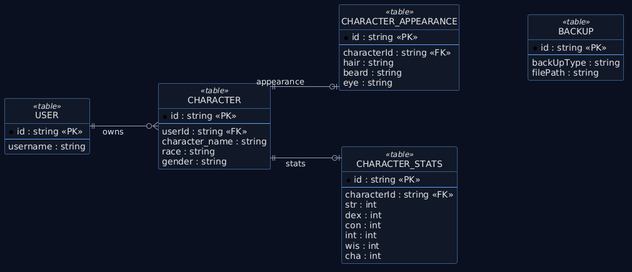
Earlier version of the PlantUML export Report/Images/newDiagram/erd-character-customization.png (fortress-of-the-fallen/FotF-GDD). Source of this version:
```plantuml
@startuml
left to right direction
hide circle
skinparam backgroundColor #0b1020
skinparam linetype ortho
skinparam shadowing false
skinparam defaultFontName DejaVu Sans
skinparam defaultFontColor #e5e7eb
skinparam ArrowColor #94a3b8
skinparam ArrowThickness 1
skinparam nodesep 90
skinparam ranksep 110
skinparam class {
  BackgroundColor #111827
  BorderColor #60a5fa
  FontColor #e5e7eb
}
skinparam stereotype {
  CBackgroundColor #1f2937
  CBorderColor #93c5fd
  CFontColor #dbeafe
}

entity "USER" as USER <<table>> {
  * id : string <<PK>>
  --
  username : string
}
entity "CHARACTER" as CH <<table>> {
  * id : string <<PK>>
  --
  userId : string <<FK>>
  character_name : string
  race : string
  gender : string
}
entity "CHARACTER_APPEARANCE" as CA <<table>> {
  * id : string <<PK>>
  --
  characterId : string <<FK>>
  hair : string
  beard : string
  eye : string
}
entity "CHARACTER_STATS" as CS <<table>> {
  * id : string <<PK>>
  --
  characterId : string <<FK>>
  str : int
  dex : int
  con : int
  int : int
  wis : int
  cha : int
}
entity "BACKUP" as BK <<table>> {
  * id : string <<PK>>
  --
  backUpType : string
  filePath : string
}

USER ||--o{ CH : owns
CH ||--o| CA : appearance
CH ||--o| CS : stats
CA -[hidden]- BK
@enduml
```
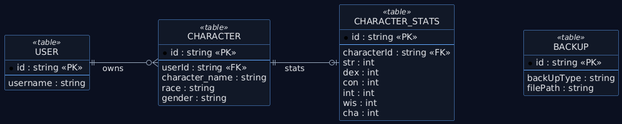
The same diagram one commit later.

Commit message:
docs: sync character customization erd asset

The edit, as a diff of the source:
```diff
@@ -34,14 +34,6 @@
   race : string
   gender : string
 }
-entity "CHARACTER_APPEARANCE" as CA <<table>> {
-  * id : string <<PK>>
-  --
-  characterId : string <<FK>>
-  hair : string
-  beard : string
-  eye : string
-}
 entity "CHARACTER_STATS" as CS <<table>> {
   * id : string <<PK>>
   --
@@ -61,7 +53,7 @@
 }
 
 USER ||--o{ CH : owns
-CH ||--o| CA : appearance
 CH ||--o| CS : stats
-CA -[hidden]- BK
+CS -[hidden]- BK
+
 @enduml
```
